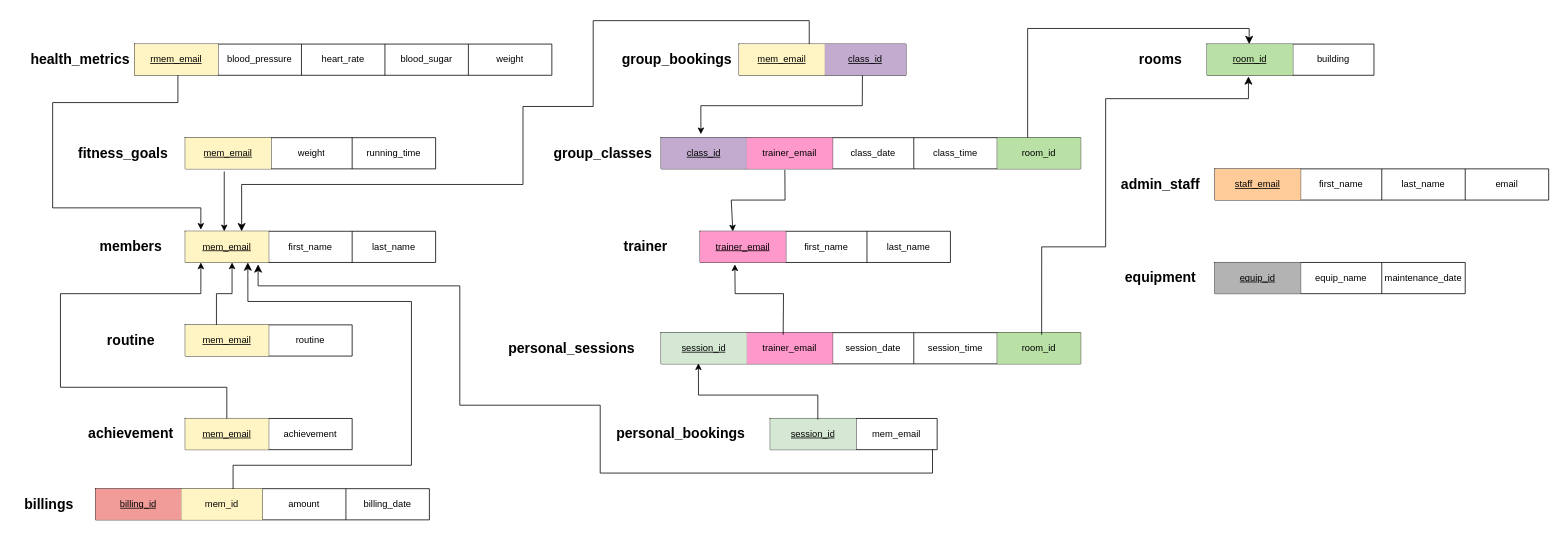
Areej504/UrHealthApp keeps this draw.io diagram as design_diagrams/DB_schema.drawio. Above is the earlier version. Source tidied: cells renumbered, new cells numbered last; positions are measured from the earlier drawing's top-left corner, leaving out a move shared by most shapes. Both pictures are drawn from the tidied source at 78%, with x=0, y=0 at pixel (13, 20).
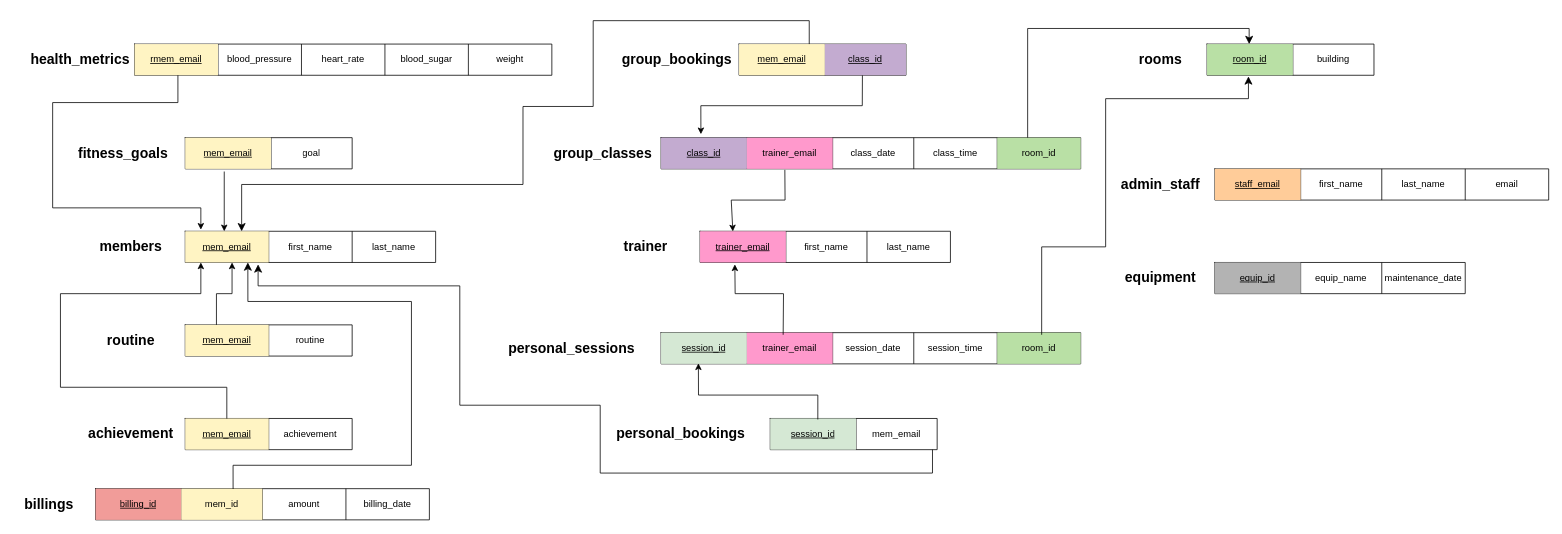
The same page after the edit.

What changed in the source:
```diff
@@
     <mxCell id="63" style="shape=table;startSize=0;childLayout=tableLayout;" parent="1" vertex="1">
-      <mxGeometry x="220" y="150" width="321" height="40" as="geometry" />
+      <mxGeometry x="220" y="150" width="214" height="40" as="geometry" />
     </mxCell>
     <mxCell id="64" style="shape=tableRow;horizontal=0;startSize=0;swimlaneHead=0;swimlaneBody=0;strokeColor=inherit;top=0;left=0;bottom=0;right=0;fillColor=none;" parent="63" vertex="1">
-      <mxGeometry width="321" height="40" as="geometry" />
+      <mxGeometry width="214" height="40" as="geometry" />
     </mxCell>
@@
-    <mxCell id="66" value="weight" style="shape=partialRectangle;html=1;whiteSpace=wrap;strokeColor=inherit;overflow=hidden;fillColor=none;top=0;left=0;bottom=0;right=0;" parent="64" vertex="1">
+    <mxCell id="66" value="goal" style="shape=partialRectangle;html=1;whiteSpace=wrap;strokeColor=inherit;overflow=hidden;fillColor=none;top=0;left=0;bottom=0;right=0;" parent="64" vertex="1">
       <mxGeometry x="110" width="104" height="40" as="geometry" />
     </mxCell>
-    <mxCell id="67" value="&lt;div&gt;&lt;span style=&quot;background-color: initial;&quot;&gt;running_time&lt;/span&gt;&lt;br&gt;&lt;/div&gt;" style="shape=partialRectangle;html=1;whiteSpace=wrap;strokeColor=inherit;overflow=hidden;fillColor=none;top=0;left=0;bottom=0;right=0;" parent="64" vertex="1">
-      <mxGeometry x="214" width="107" height="40" as="geometry" />
-    </mxCell>
```
